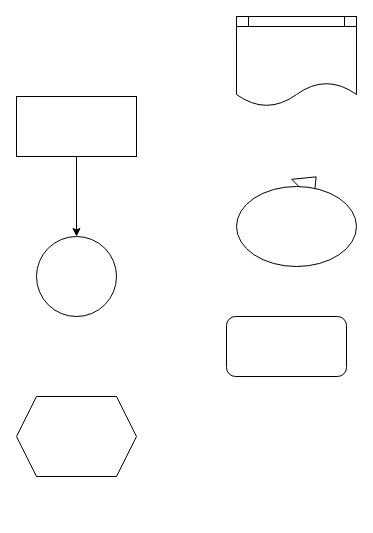
piaojian1993/UML2 keeps this draw.io diagram as piaotest.drawio. Above is the earlier version. Source tidied: cells renumbered, new cells numbered last; positions are measured from the earlier drawing's top-left corner, leaving out a move shared by most shapes. Both pictures are drawn from the tidied source at 100%, with x=0, y=0 at pixel (16, 16).
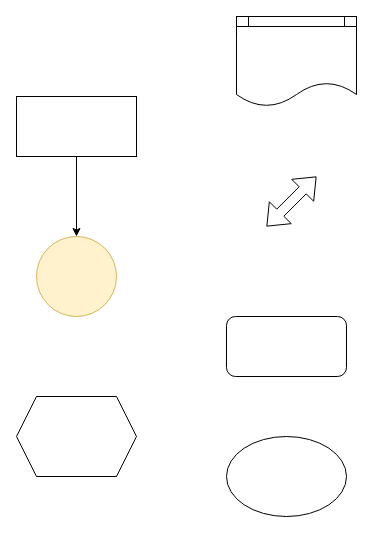
Above is the later version.

Change to the diagram source:
```diff
@@
 <mxGraphModel>
   <root>
     <mxCell id="0" />
     <mxCell id="1" parent="0" />
     <mxCell id="2" style="rounded=0;whiteSpace=wrap;html=1;" parent="1" vertex="1">
       <mxGeometry y="80" width="120" height="60" as="geometry" />
     </mxCell>
-    <mxCell id="3" style="ellipse;whiteSpace=wrap;html=1;" parent="1" vertex="1">
+    <mxCell id="3" style="ellipse;whiteSpace=wrap;html=1;fillColor=#fff2cc;strokeColor=#d6b656;" parent="1" vertex="1">
       <mxGeometry x="20" y="220" width="80" height="80" as="geometry" />
     </mxCell>
     <mxCell id="4" style="shape=hexagon;perimeter=hexagonPerimeter2;whiteSpace=wrap;html=1;fixedSize=1;" parent="1" vertex="1">
       <mxGeometry y="380" width="120" height="80" as="geometry" />
     </mxCell>
     <mxCell id="5" style="endArrow=classic;html=1;exitX=0.5;exitY=1;exitDx=0;exitDy=0;entryX=0.5;entryY=0;entryDx=0;entryDy=0;" parent="1" edge="1" source="2" target="3">
       <mxGeometry relative="1" as="geometry" />
     </mxCell>
     <mxCell id="6" style="shape=process;whiteSpace=wrap;html=1;backgroundOutline=1;" parent="1" vertex="1">
       <mxGeometry x="220" width="120" height="60" as="geometry" />
     </mxCell>
     <mxCell id="7" style="rounded=1;whiteSpace=wrap;html=1;" parent="1" vertex="1">
       <mxGeometry x="210" y="300" width="120" height="60" as="geometry" />
     </mxCell>
     <mxCell id="8" style="shape=flexArrow;endArrow=classic;startArrow=classic;html=1;" parent="1" edge="1">
       <mxGeometry relative="1" as="geometry">
         <mxPoint x="250" y="210" as="sourcePoint" />
         <mxPoint x="300" y="160" as="targetPoint" />
       </mxGeometry>
     </mxCell>
     <mxCell id="9" style="ellipse;whiteSpace=wrap;html=1;" parent="1" vertex="1">
-      <mxGeometry x="220" y="170" width="120" height="80" as="geometry" />
+      <mxGeometry x="210" y="420" width="120" height="80" as="geometry" />
     </mxCell>
     <mxCell id="10" style="shape=document;whiteSpace=wrap;html=1;boundedLbl=1;" parent="1" vertex="1">
       <mxGeometry x="220" y="10" width="120" height="80" as="geometry" />
     </mxCell>
   </root>
 </mxGraphModel>
```
